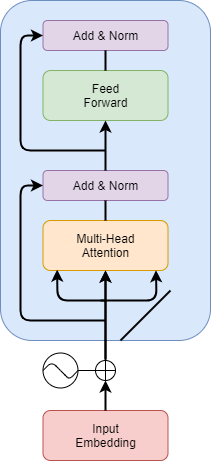
This is transformer Encoder.png from AddsionPaPa/NLP, a draw.io export, as it was before one commit. Source tidied: cells renumbered, new cells last; positions are measured from the earlier drawing's top-left corner, leaving out a move shared by most shapes.
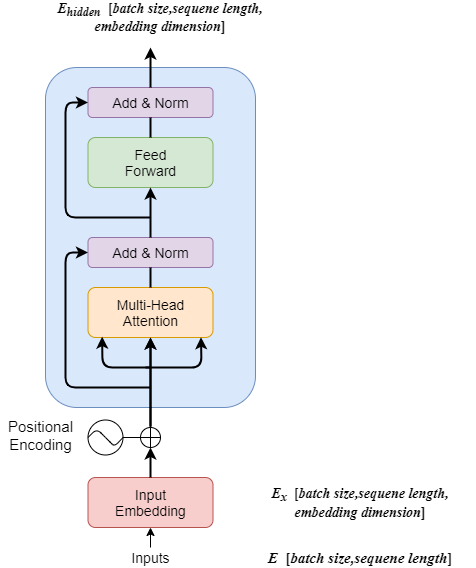
Later version of the same file.

Change to the diagram source:
```diff
@@ -5,16 +5,16 @@
     <mxCell id="2" style="rounded=1;whiteSpace=wrap;html=1;fillColor=#dae8fc;strokeColor=#6c8ebf;" parent="1" vertex="1">
       <mxGeometry width="210" height="340" as="geometry" />
     </mxCell>
-    <mxCell id="3" value="Multi-Head&lt;br&gt;Attention" style="rounded=1;whiteSpace=wrap;html=1;fillColor=#ffe6cc;strokeColor=#d79b00;" parent="1" vertex="1">
+    <mxCell id="3" value="&lt;font style=&quot;font-size: 14px&quot;&gt;Multi-Head&lt;br&gt;Attention&lt;/font&gt;" style="rounded=1;whiteSpace=wrap;html=1;fillColor=#ffe6cc;strokeColor=#d79b00;" parent="1" vertex="1">
       <mxGeometry x="42.5" y="220" width="125" height="50" as="geometry" />
     </mxCell>
-    <mxCell id="4" value="Add &amp;amp; Norm" style="rounded=1;whiteSpace=wrap;html=1;fillColor=#e1d5e7;strokeColor=#9673a6;" parent="1" vertex="1">
+    <mxCell id="4" value="&lt;font style=&quot;font-size: 14px&quot;&gt;Add &amp;amp; Norm&lt;/font&gt;" style="rounded=1;whiteSpace=wrap;html=1;fillColor=#e1d5e7;strokeColor=#9673a6;" parent="1" vertex="1">
       <mxGeometry x="42.5" y="170" width="125" height="30" as="geometry" />
     </mxCell>
-    <mxCell id="5" value="Feed&lt;br&gt;Forward" style="rounded=1;whiteSpace=wrap;html=1;fillColor=#d5e8d4;strokeColor=#82b366;" parent="1" vertex="1">
+    <mxCell id="5" value="&lt;font style=&quot;font-size: 14px&quot;&gt;Feed&lt;br&gt;Forward&lt;/font&gt;" style="rounded=1;whiteSpace=wrap;html=1;fillColor=#d5e8d4;strokeColor=#82b366;" parent="1" vertex="1">
       <mxGeometry x="42.5" y="70" width="125" height="50" as="geometry" />
     </mxCell>
-    <mxCell id="6" value="Add &amp;amp; Norm" style="rounded=1;whiteSpace=wrap;html=1;fillColor=#e1d5e7;strokeColor=#9673a6;" parent="1" vertex="1">
+    <mxCell id="6" value="&lt;font style=&quot;font-size: 14px&quot;&gt;Add &amp;amp; Norm&lt;/font&gt;" style="rounded=1;whiteSpace=wrap;html=1;fillColor=#e1d5e7;strokeColor=#9673a6;" parent="1" vertex="1">
       <mxGeometry x="42.5" y="20" width="125" height="30" as="geometry" />
     </mxCell>
     <mxCell id="7" style="endArrow=classic;html=1;entryX=0.5;entryY=1;entryDx=0;entryDy=0;exitX=0.5;exitY=1;exitDx=0;exitDy=0;rounded=1;strokeWidth=2;" parent="1" edge="1" source="2" target="3">
@@ -74,18 +74,12 @@
         <mxPoint x="105" y="358" as="sourcePoint" />
       </mxGeometry>
     </mxCell>
-    <mxCell id="18" value="Input&lt;br&gt;Embedding" style="rounded=1;whiteSpace=wrap;html=1;fillColor=#f8cecc;strokeColor=#b85450;" parent="1" vertex="1">
+    <mxCell id="18" value="&lt;font style=&quot;font-size: 14px&quot;&gt;Input&lt;br&gt;Embedding&lt;/font&gt;" style="rounded=1;whiteSpace=wrap;html=1;fillColor=#f8cecc;strokeColor=#b85450;" parent="1" vertex="1">
       <mxGeometry x="42.5" y="410" width="125" height="50" as="geometry" />
     </mxCell>
     <mxCell id="19" style="endArrow=classic;html=1;strokeWidth=2;exitX=0.5;exitY=0;exitDx=0;exitDy=0;entryX=0.5;entryY=1;entryDx=0;entryDy=0;" parent="1" edge="1" source="18" target="16">
       <mxGeometry relative="1" as="geometry" />
     </mxCell>
-    <mxCell id="20" style="endArrow=none;html=1;strokeWidth=2;" parent="1" edge="1">
-      <mxGeometry relative="1" as="geometry">
-        <mxPoint x="120" y="340" as="sourcePoint" />
-        <mxPoint x="170" y="290" as="targetPoint" />
-      </mxGeometry>
-    </mxCell>
     <mxCell id="21" style="group;" parent="1" vertex="1">
       <mxGeometry x="42.5" y="352.5" width="35" height="35" as="geometry" />
     </mxCell>
@@ -104,5 +98,30 @@
     <mxCell id="24" style="endArrow=none;html=1;strokeWidth=1;entryX=0;entryY=0.5;entryDx=0;entryDy=0;exitX=1;exitY=0.5;exitDx=0;exitDy=0;" parent="1" edge="1" source="22" target="16">
       <mxGeometry relative="1" as="geometry" />
     </mxCell>
+    <mxCell id="25" value="&lt;font style=&quot;font-size: 15px&quot;&gt;Positional&lt;br&gt;Encoding&lt;/font&gt;" style="text;html=1;align=center;verticalAlign=middle;" parent="1" vertex="1">
+      <mxGeometry x="-45" y="347.5" width="80" height="40" as="geometry" />
+    </mxCell>
+    <mxCell id="26" style="endArrow=classic;html=1;strokeWidth=1;entryX=0.5;entryY=1;entryDx=0;entryDy=0;" parent="1" edge="1" target="18">
+      <mxGeometry relative="1" as="geometry">
+        <mxPoint x="105" y="480" as="sourcePoint" />
+      </mxGeometry>
+    </mxCell>
+    <mxCell id="27" value="&lt;font style=&quot;font-size: 14px&quot;&gt;Inputs&lt;/font&gt;" style="text;html=1;align=center;verticalAlign=middle;" parent="1" vertex="1">
+      <mxGeometry x="80" y="480" width="50" height="20" as="geometry" />
+    </mxCell>
+    <mxCell id="28" style="endArrow=classic;html=1;strokeWidth=2;exitX=0.5;exitY=0;exitDx=0;exitDy=0;" parent="1" edge="1" source="6">
+      <mxGeometry relative="1" as="geometry">
+        <mxPoint x="105" y="-20" as="targetPoint" />
+      </mxGeometry>
+    </mxCell>
+    <mxCell id="29" value="&lt;b&gt;&lt;font face=&quot;Times New Roman&quot; size=&quot;1&quot;&gt;&lt;i style=&quot;font-size: 15px&quot;&gt;E&amp;nbsp; &lt;/i&gt;&lt;span style=&quot;font-size: 15px&quot;&gt;[&lt;/span&gt;&lt;i style=&quot;font-size: 15px&quot;&gt;batch size,sequene length&lt;/i&gt;&lt;span style=&quot;font-size: 15px&quot;&gt;]&lt;/span&gt;&lt;/font&gt;&lt;/b&gt;" style="text;html=1;strokeColor=none;fillColor=none;align=center;verticalAlign=middle;whiteSpace=wrap;rounded=0;" parent="1" vertex="1">
+      <mxGeometry x="200" y="480" width="230" height="20" as="geometry" />
+    </mxCell>
+    <mxCell id="30" value="&lt;b style=&quot;font-size: 14px&quot;&gt;&lt;font face=&quot;Times New Roman&quot; style=&quot;font-size: 14px&quot;&gt;&lt;i&gt;E&lt;sub&gt;x&lt;/sub&gt;&amp;nbsp; &lt;/i&gt;[&lt;i&gt;batch size,sequene length,&lt;br&gt;embedding dimension&lt;/i&gt;]&lt;/font&gt;&lt;/b&gt;" style="text;html=1;strokeColor=none;fillColor=none;align=center;verticalAlign=middle;whiteSpace=wrap;rounded=0;" parent="1" vertex="1">
+      <mxGeometry x="210" y="425" width="210" height="20" as="geometry" />
+    </mxCell>
+    <mxCell id="31" value="&lt;b&gt;&lt;font face=&quot;Times New Roman&quot;&gt;&lt;i&gt;&lt;span style=&quot;font-size: 14px&quot;&gt;E&lt;/span&gt;&lt;span style=&quot;font-size: 11.6667px&quot;&gt;&lt;sub&gt;hidden&lt;/sub&gt;&lt;/span&gt;&lt;span style=&quot;font-size: 14px&quot;&gt;&amp;nbsp;&amp;nbsp;&lt;/span&gt;&lt;/i&gt;&lt;span style=&quot;font-size: 14px&quot;&gt;[&lt;/span&gt;&lt;i style=&quot;font-size: 14px&quot;&gt;batch size,sequene length,&lt;br&gt;embedding dimension&lt;/i&gt;&lt;span style=&quot;font-size: 14px&quot;&gt;]&lt;/span&gt;&lt;/font&gt;&lt;/b&gt;" style="text;html=1;strokeColor=none;fillColor=none;align=center;verticalAlign=middle;whiteSpace=wrap;rounded=0;" parent="1" vertex="1">
+      <mxGeometry x="10" y="-60" width="210" height="20" as="geometry" />
+    </mxCell>
   </root>
 </mxGraphModel>
```
